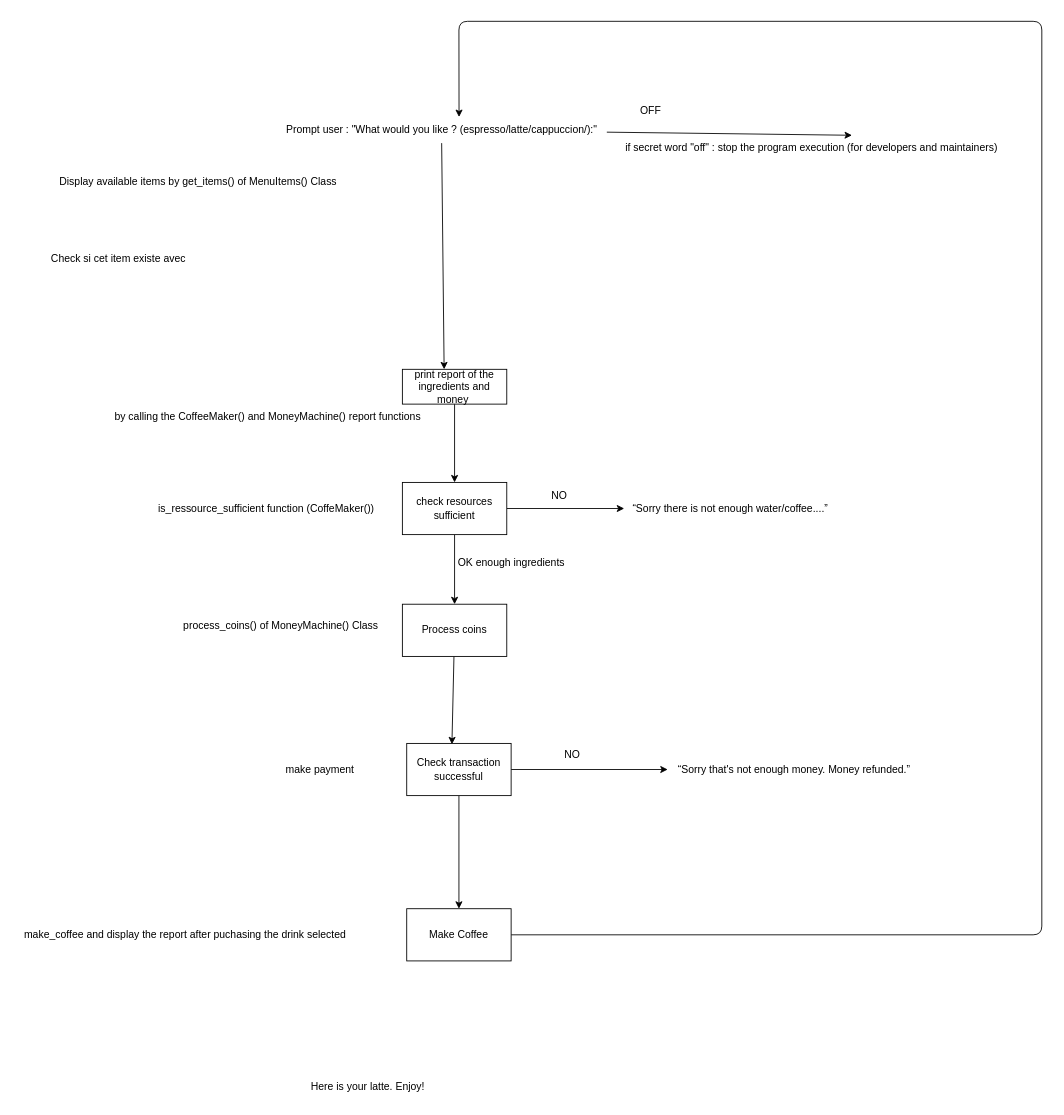
Earlier version of the draw.io diagram day16 - OOP/Coffee_Machine/coffee_machine.drawio (antokly/100_Days_Python_Bootcamp). Source tidied: cells renumbered, new cells numbered last; positions are measured from the earlier drawing's top-left corner, leaving out a move shared by most shapes. Both pictures are drawn from the tidied source at 87%, with x=0, y=0 at pixel (15, 21).
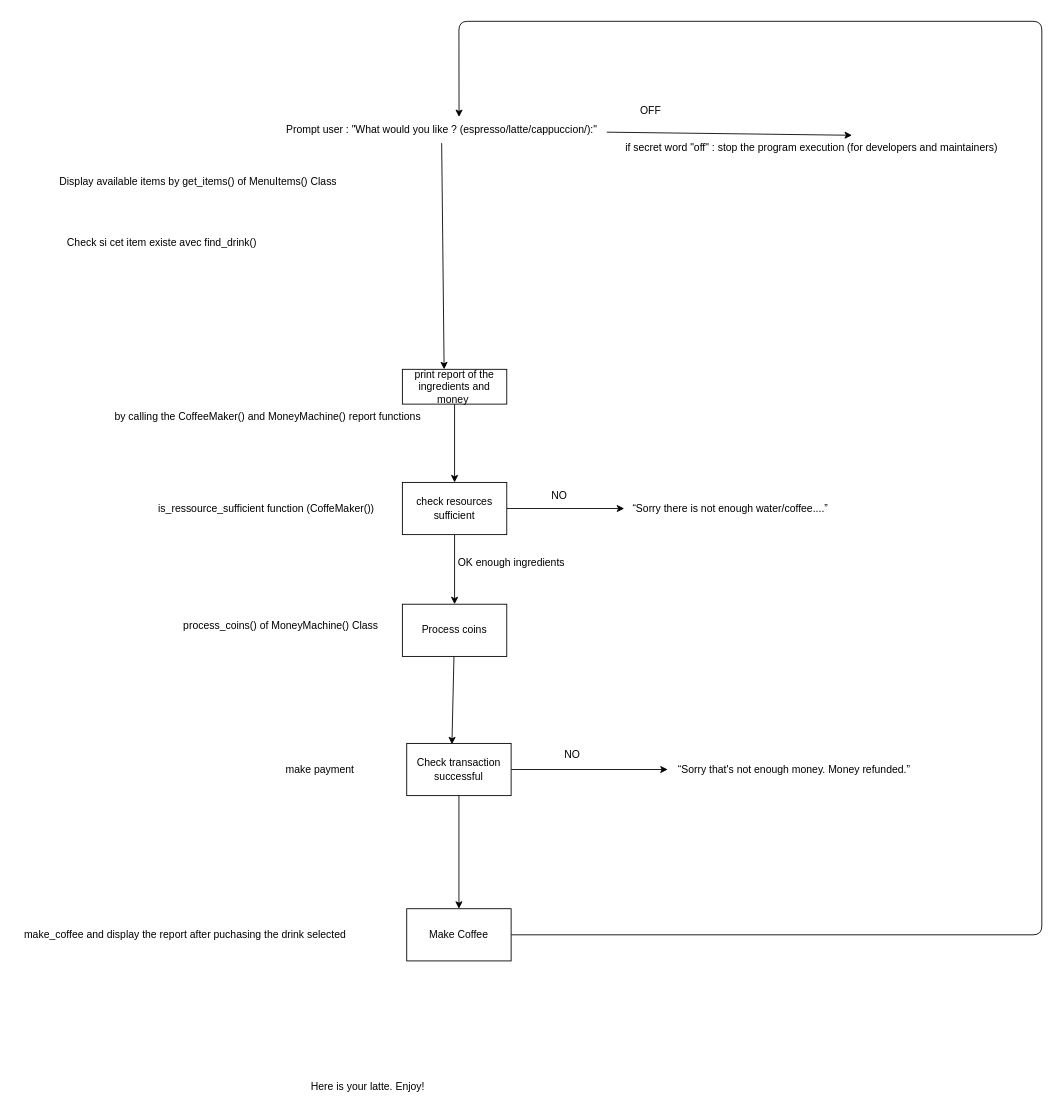
After the change.

Diff of the diagram source:
```diff
@@
-    <mxCell id="31" value="Check si cet item existe avec&amp;nbsp;" style="text;html=1;align=center;verticalAlign=middle;strokeColor=none;fillColor=none;" parent="1" vertex="1">
-      <mxGeometry x="30" y="258" width="180" height="30" as="geometry" />
+    <mxCell id="31" value="Check si cet item existe avec find_drink()&amp;nbsp;" style="text;html=1;align=center;verticalAlign=middle;strokeColor=none;fillColor=none;" parent="1" vertex="1">
+      <mxGeometry x="50" y="240" width="240" height="30" as="geometry" />
     </mxCell>
```
